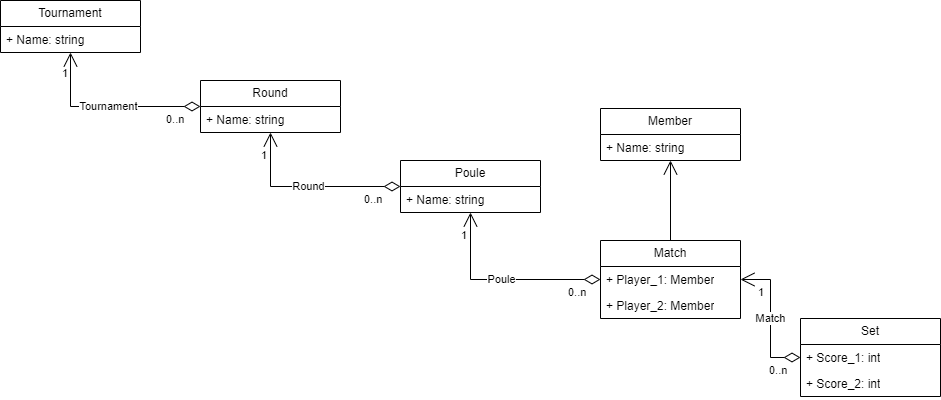
The draw.io diagram Designs/DataModel_v1.png in Jowindebondt/tournament-manager, before a commit. Source tidied: cells renumbered, new cells last; positions are measured from the earlier drawing's top-left corner, leaving out a move shared by most shapes.
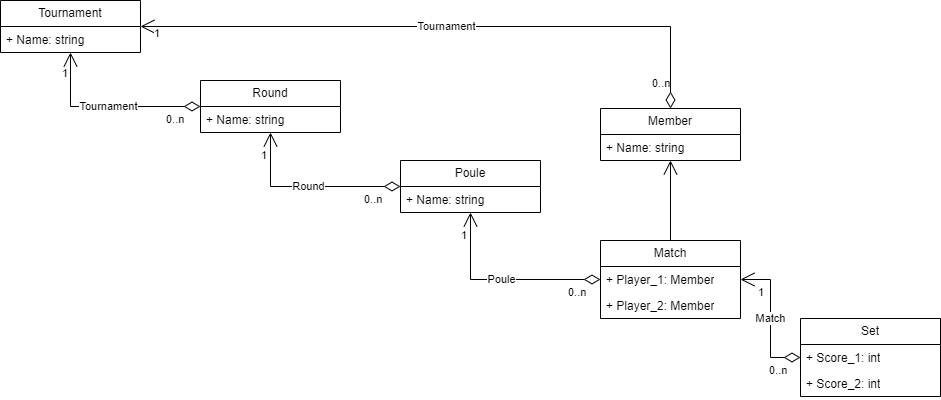
After the change.

Commit message:
correct datamodel design

What changed in the source:
```diff
@@ -99,5 +99,22 @@
     <mxCell id="28" style="endArrow=open;endFill=1;endSize=12;html=1;rounded=0;" parent="1" edge="1" source="10" target="2">
       <mxGeometry relative="1" as="geometry" />
     </mxCell>
+    <mxCell id="29" value="Tournament" style="endArrow=open;html=1;endSize=12;startArrow=diamondThin;startSize=14;startFill=0;edgeStyle=orthogonalEdgeStyle;rounded=0;" parent="1" edge="1" source="2" target="4">
+      <mxGeometry relative="1" as="geometry">
+        <Array as="points">
+          <mxPoint x="670" y="26" />
+        </Array>
+      </mxGeometry>
+    </mxCell>
+    <mxCell id="30" value="0..n" style="edgeLabel;html=1;align=left;verticalAlign=top;" parent="29" vertex="1">
+      <mxGeometry x="-1" relative="1" as="geometry">
+        <mxPoint x="-20" y="-38" as="offset" />
+      </mxGeometry>
+    </mxCell>
+    <mxCell id="31" value="1" style="edgeLabel;html=1;align=right;verticalAlign=top;" parent="29" vertex="1">
+      <mxGeometry x="1" relative="1" as="geometry">
+        <mxPoint x="20" y="-6" as="offset" />
+      </mxGeometry>
+    </mxCell>
   </root>
 </mxGraphModel>
```
